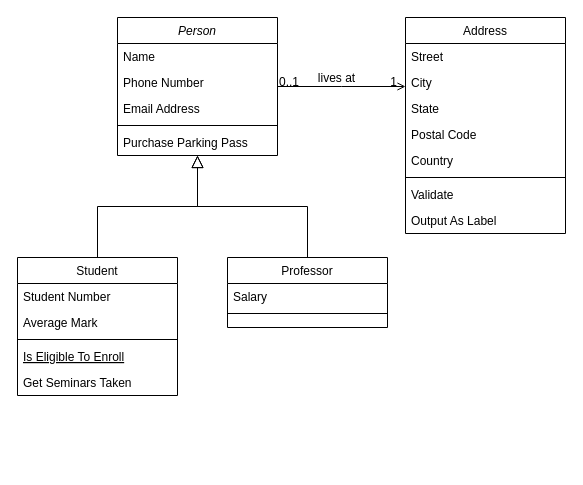
Above: webアプリ設計.drawio in code-polaris044/mavs-task (draw.io), before the change. Source tidied: cells renumbered, new cells numbered last; positions are measured from the earlier drawing's top-left corner, leaving out a move shared by most shapes. Both pictures are drawn from the tidied source at 100%, with x=0, y=0 at pixel (17, 17).
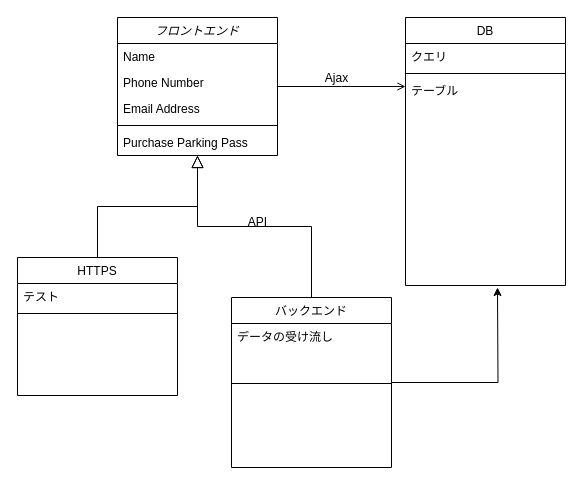
After the change.

Commit message:
webアプリ設計.drawio を更新します

The change refers to these unchanged cells:
```xml
<mxCell id="28" style="endArrow=open;shadow=0;strokeWidth=1;rounded=0;endFill=1;edgeStyle=elbowEdgeStyle;elbow=vertical;" parent="1" edge="1" source="2" target="19">
  <mxGeometry x="0.5" y="41" relative="1" as="geometry">
    <mxPoint x="-40" y="32" as="offset" />
  </mxGeometry>
</mxCell>
```

Diff of the diagram source:
```diff
@@
-    <mxCell id="2" value="Person" style="swimlane;fontStyle=2;align=center;verticalAlign=top;horizontal=1;startSize=26;rounded=0;shadow=0;strokeWidth=1;" parent="1" vertex="1">
+    <mxCell id="2" value="フロントエンド" style="swimlane;fontStyle=2;align=center;verticalAlign=top;horizontal=1;startSize=26;rounded=0;shadow=0;strokeWidth=1;" parent="1" vertex="1">
       <mxGeometry x="100" width="160" height="138" as="geometry" />
     </mxCell>
@@
-    <mxCell id="8" value="Student" style="swimlane;fontStyle=0;align=center;verticalAlign=top;horizontal=1;startSize=26;rounded=0;shadow=0;strokeWidth=1;" parent="1" vertex="1">
+    <mxCell id="8" value="HTTPS" style="swimlane;fontStyle=0;align=center;verticalAlign=top;horizontal=1;startSize=26;rounded=0;shadow=0;strokeWidth=1;" parent="1" vertex="1">
       <mxGeometry y="240" width="160" height="138" as="geometry" />
     </mxCell>
-    <mxCell id="9" value="Student Number" style="text;align=left;verticalAlign=top;spacingLeft=4;spacingRight=4;overflow=hidden;" parent="8" vertex="1">
-      <mxGeometry y="26" width="160" height="26" as="geometry" />
-    </mxCell>
-    <mxCell id="10" value="Average Mark" style="text;align=left;verticalAlign=top;spacingLeft=4;spacingRight=4;overflow=hidden;rounded=0;shadow=0;html=0;" parent="8" vertex="1">
-      <mxGeometry y="52" width="160" height="26" as="geometry" />
+    <mxCell id="10" value="テスト" style="text;align=left;verticalAlign=top;spacingLeft=4;spacingRight=4;overflow=hidden;rounded=0;shadow=0;html=0;" parent="8" vertex="1">
+      <mxGeometry y="26" width="160" height="26" as="geometry" />
     </mxCell>
     <mxCell id="11" style="line;html=1;strokeWidth=1;align=left;verticalAlign=middle;spacingTop=-1;spacingLeft=3;spacingRight=3;labelPosition=right;" parent="8" vertex="1">
-      <mxGeometry y="78" width="160" height="8" as="geometry" />
+      <mxGeometry y="52" width="160" height="8" as="geometry" />
     </mxCell>
-    <mxCell id="12" value="Is Eligible To Enroll" style="text;align=left;verticalAlign=top;spacingLeft=4;spacingRight=4;overflow=hidden;fontStyle=4;" parent="8" vertex="1">
-      <mxGeometry y="86" width="160" height="26" as="geometry" />
-    </mxCell>
-    <mxCell id="13" value="Get Seminars Taken" style="text;align=left;verticalAlign=top;spacingLeft=4;spacingRight=4;overflow=hidden;" parent="8" vertex="1">
-      <mxGeometry y="112" width="160" height="26" as="geometry" />
-    </mxCell>
@@
+    <mxCell id="32" style="edgeStyle=orthogonalEdgeStyle;rounded=0;jettySize=auto;html=1;" parent="1" edge="1" source="15">
+      <mxGeometry relative="1" as="geometry">
+        <mxPoint x="480" y="270" as="targetPoint" />
+      </mxGeometry>
+    </mxCell>
-    <mxCell id="15" value="Professor" style="swimlane;fontStyle=0;align=center;verticalAlign=top;horizontal=1;startSize=26;rounded=0;shadow=0;strokeWidth=1;" parent="1" vertex="1">
-      <mxGeometry x="210" y="240" width="160" height="70" as="geometry" />
+    <mxCell id="15" value="バックエンド" style="swimlane;fontStyle=0;align=center;verticalAlign=top;horizontal=1;startSize=26;rounded=0;shadow=0;strokeWidth=1;" parent="1" vertex="1">
+      <mxGeometry x="214" y="280" width="160" height="170" as="geometry" />
     </mxCell>
-    <mxCell id="16" value="Salary" style="text;align=left;verticalAlign=top;spacingLeft=4;spacingRight=4;overflow=hidden;" parent="15" vertex="1">
+    <mxCell id="16" value="データの受け流し" style="text;align=left;verticalAlign=top;spacingLeft=4;spacingRight=4;overflow=hidden;" parent="15" vertex="1">
       <mxGeometry y="26" width="160" height="26" as="geometry" />
     </mxCell>
     <mxCell id="17" style="line;html=1;strokeWidth=1;align=left;verticalAlign=middle;spacingTop=-1;spacingLeft=3;spacingRight=3;labelPosition=right;" parent="15" vertex="1">
-      <mxGeometry y="52" width="160" height="8" as="geometry" />
+      <mxGeometry y="52" width="160" height="68" as="geometry" />
     </mxCell>
@@
-    <mxCell id="19" value="Address" style="swimlane;fontStyle=0;align=center;verticalAlign=top;horizontal=1;startSize=26;rounded=0;shadow=0;strokeWidth=1;" parent="1" vertex="1">
-      <mxGeometry x="388" width="160" height="216" as="geometry" />
+    <mxCell id="19" value="DB" style="swimlane;fontStyle=0;align=center;verticalAlign=top;horizontal=1;startSize=26;rounded=0;shadow=0;strokeWidth=1;" parent="1" vertex="1">
+      <mxGeometry x="388" width="160" height="268" as="geometry" />
     </mxCell>
-    <mxCell id="20" value="Street" style="text;align=left;verticalAlign=top;spacingLeft=4;spacingRight=4;overflow=hidden;" parent="19" vertex="1">
+    <mxCell id="20" value="クエリ" style="text;align=left;verticalAlign=top;spacingLeft=4;spacingRight=4;overflow=hidden;" parent="19" vertex="1">
       <mxGeometry y="26" width="160" height="26" as="geometry" />
     </mxCell>
-    <mxCell id="21" value="City" style="text;align=left;verticalAlign=top;spacingLeft=4;spacingRight=4;overflow=hidden;rounded=0;shadow=0;html=0;" parent="19" vertex="1">
-      <mxGeometry y="52" width="160" height="26" as="geometry" />
-    </mxCell>
-    <mxCell id="22" value="State" style="text;align=left;verticalAlign=top;spacingLeft=4;spacingRight=4;overflow=hidden;rounded=0;shadow=0;html=0;" parent="19" vertex="1">
-      <mxGeometry y="78" width="160" height="26" as="geometry" />
-    </mxCell>
-    <mxCell id="23" value="Postal Code" style="text;align=left;verticalAlign=top;spacingLeft=4;spacingRight=4;overflow=hidden;rounded=0;shadow=0;html=0;" parent="19" vertex="1">
-      <mxGeometry y="104" width="160" height="26" as="geometry" />
-    </mxCell>
-    <mxCell id="24" value="Country" style="text;align=left;verticalAlign=top;spacingLeft=4;spacingRight=4;overflow=hidden;rounded=0;shadow=0;html=0;" parent="19" vertex="1">
-      <mxGeometry y="130" width="160" height="26" as="geometry" />
-    </mxCell>
     <mxCell id="25" style="line;html=1;strokeWidth=1;align=left;verticalAlign=middle;spacingTop=-1;spacingLeft=3;spacingRight=3;labelPosition=right;" parent="19" vertex="1">
-      <mxGeometry y="156" width="160" height="8" as="geometry" />
+      <mxGeometry y="52" width="160" height="8" as="geometry" />
     </mxCell>
-    <mxCell id="26" value="Validate" style="text;align=left;verticalAlign=top;spacingLeft=4;spacingRight=4;overflow=hidden;" parent="19" vertex="1">
-      <mxGeometry y="164" width="160" height="26" as="geometry" />
+    <mxCell id="26" value="テーブル" style="text;align=left;verticalAlign=top;spacingLeft=4;spacingRight=4;overflow=hidden;" parent="19" vertex="1">
+      <mxGeometry y="60" width="160" height="26" as="geometry" />
     </mxCell>
-    <mxCell id="27" value="Output As Label" style="text;align=left;verticalAlign=top;spacingLeft=4;spacingRight=4;overflow=hidden;" parent="19" vertex="1">
-      <mxGeometry y="190" width="160" height="26" as="geometry" />
-    </mxCell>
@@
-    <mxCell id="29" value="0..1" style="align=left;verticalAlign=bottom;labelBackgroundColor=none;fontSize=12;" parent="28" vertex="1">
+    <mxCell id="29" style="align=left;verticalAlign=bottom;labelBackgroundColor=none;fontSize=12;" parent="28" vertex="1">
       <mxGeometry x="-1" relative="1" as="geometry">
         <mxPoint y="4" as="offset" />
       </mxGeometry>
     </mxCell>
-    <mxCell id="30" value="1" style="align=right;verticalAlign=bottom;labelBackgroundColor=none;fontSize=12;" parent="28" vertex="1">
-      <mxGeometry x="1" relative="1" as="geometry">
-        <mxPoint x="-7" y="4" as="offset" />
-      </mxGeometry>
-    </mxCell>
-    <mxCell id="31" value="lives at" style="text;html=1;align=center;verticalAlign=middle;labelBackgroundColor=none;rounded=0;shadow=0;strokeWidth=1;fontSize=12;" parent="28" vertex="1">
+    <mxCell id="31" value="Ajax" style="text;html=1;align=center;verticalAlign=middle;labelBackgroundColor=none;rounded=0;shadow=0;strokeWidth=1;fontSize=12;" parent="28" vertex="1">
       <mxGeometry x="0.5" y="49" relative="1" as="geometry">
         <mxPoint x="-38" y="40" as="offset" />
       </mxGeometry>
     </mxCell>
+    <mxCell id="33" value="API" style="text;html=1;align=center;verticalAlign=middle;strokeColor=none;fillColor=none;" parent="1" vertex="1">
+      <mxGeometry x="220" y="190" width="40" height="30" as="geometry" />
+    </mxCell>
```
